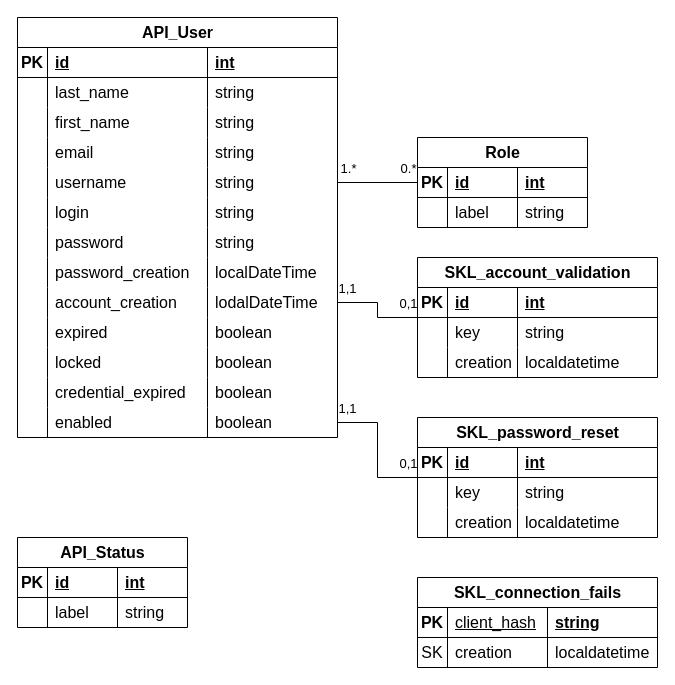
Before: documentation/Database.drawio in VincentProuchet/Nest-api-template, a draw.io diagram. Source tidied: cells renumbered, new cells numbered last; positions are measured from the earlier drawing's top-left corner, leaving out a move shared by most shapes. Both pictures are drawn from the tidied source at 100%, with x=0, y=0 at pixel (17, 17).
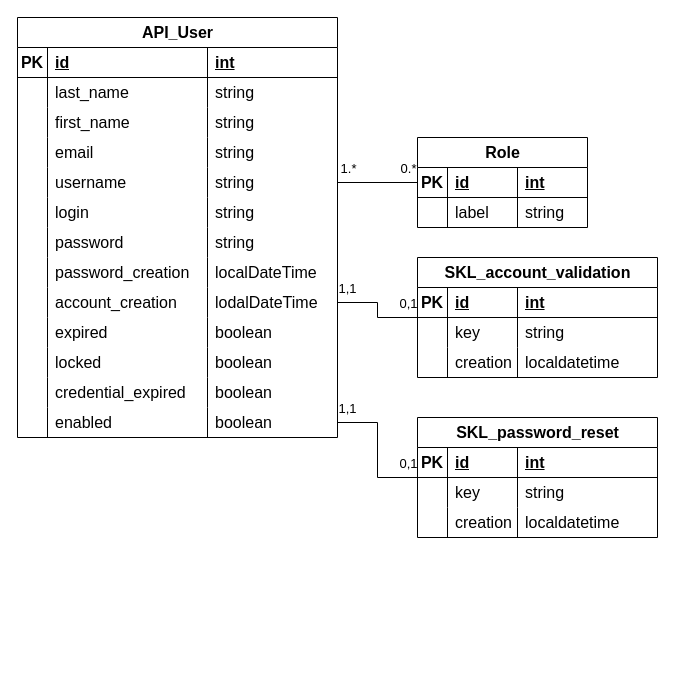
Above is the later version.

What changed in the source:
```diff
@@
-    <mxCell id="67" value="API_Status" style="shape=table;startSize=30;childLayout=tableLayout;rowLines=0;fontStyle=1;align=center;html=1;fontSize=16;" parent="1" vertex="1">
-      <mxGeometry y="520" width="170" height="90" as="geometry" />
-    </mxCell>
-    <mxCell id="68" style="shape=tableRow;horizontal=0;startSize=0;swimlaneHead=0;swimlaneBody=0;fillColor=none;top=0;left=0;right=0;bottom=1;fontSize=16;" parent="67" vertex="1">
-      <mxGeometry y="30" width="170" height="30" as="geometry" />
-    </mxCell>
-    <mxCell id="69" value="PK" style="shape=partialRectangle;fillColor=none;top=0;left=0;bottom=0;right=0;fontStyle=1;overflow=hidden;whiteSpace=wrap;html=1;fontSize=16;" parent="68" vertex="1">
-      <mxGeometry width="30" height="30" as="geometry" />
-    </mxCell>
-    <mxCell id="70" value="id" style="shape=partialRectangle;fillColor=none;top=0;left=0;bottom=0;right=0;align=left;spacingLeft=6;fontStyle=5;overflow=hidden;whiteSpace=wrap;html=1;fontSize=16;" parent="68" vertex="1">
-      <mxGeometry x="30" width="70" height="30" as="geometry" />
-    </mxCell>
-    <mxCell id="71" value="int" style="shape=partialRectangle;fillColor=none;top=0;left=0;bottom=0;right=0;align=left;spacingLeft=6;fontStyle=5;overflow=hidden;whiteSpace=wrap;html=1;fontSize=16;" parent="68" vertex="1">
-      <mxGeometry x="100" width="70" height="30" as="geometry" />
-    </mxCell>
-    <mxCell id="72" style="shape=tableRow;horizontal=0;startSize=0;swimlaneHead=0;swimlaneBody=0;fillColor=none;top=0;left=0;right=0;bottom=0;fontSize=16;" parent="67" vertex="1">
-      <mxGeometry y="60" width="170" height="30" as="geometry" />
-    </mxCell>
-    <mxCell id="73" style="shape=partialRectangle;fillColor=none;top=0;left=0;bottom=0;right=0;overflow=hidden;whiteSpace=wrap;html=1;fontSize=16;" parent="72" vertex="1">
-      <mxGeometry width="30" height="30" as="geometry" />
-    </mxCell>
-    <mxCell id="74" value="label" style="shape=partialRectangle;fillColor=none;top=0;left=0;bottom=0;right=0;align=left;spacingLeft=6;overflow=hidden;whiteSpace=wrap;html=1;fontSize=16;" parent="72" vertex="1">
-      <mxGeometry x="30" width="70" height="30" as="geometry" />
-    </mxCell>
-    <mxCell id="75" value="string" style="shape=partialRectangle;fillColor=none;top=0;left=0;bottom=0;right=0;align=left;spacingLeft=6;overflow=hidden;whiteSpace=wrap;html=1;fontSize=16;" parent="72" vertex="1">
-      <mxGeometry x="100" width="70" height="30" as="geometry" />
-    </mxCell>
@@
-    <mxCell id="108" value="SKL_connection_fails" style="shape=table;startSize=30;childLayout=tableLayout;rowLines=0;fontStyle=1;align=center;html=1;fontSize=16;" parent="1" vertex="1">
-      <mxGeometry x="400" y="560" width="240" height="90" as="geometry" />
-    </mxCell>
-    <mxCell id="109" style="shape=tableRow;horizontal=0;startSize=0;swimlaneHead=0;swimlaneBody=0;fillColor=none;top=0;left=0;right=0;bottom=1;fontSize=16;" parent="108" vertex="1">
-      <mxGeometry y="30" width="240" height="30" as="geometry" />
-    </mxCell>
-    <mxCell id="110" value="PK" style="shape=partialRectangle;fillColor=none;top=0;left=0;bottom=0;right=0;fontStyle=1;overflow=hidden;whiteSpace=wrap;html=1;fontSize=16;" parent="109" vertex="1">
-      <mxGeometry width="30" height="30" as="geometry" />
-    </mxCell>
-    <mxCell id="111" value="&lt;span style=&quot;font-weight: 400;&quot;&gt;client_hash&lt;/span&gt;" style="shape=partialRectangle;fillColor=none;top=0;left=0;bottom=0;right=0;align=left;spacingLeft=6;fontStyle=5;overflow=hidden;whiteSpace=wrap;html=1;fontSize=16;" parent="109" vertex="1">
-      <mxGeometry x="30" width="100" height="30" as="geometry" />
-    </mxCell>
-    <mxCell id="112" value="string" style="shape=partialRectangle;fillColor=none;top=0;left=0;bottom=0;right=0;align=left;spacingLeft=6;fontStyle=5;overflow=hidden;whiteSpace=wrap;html=1;fontSize=16;" parent="109" vertex="1">
-      <mxGeometry x="130" width="110" height="30" as="geometry" />
-    </mxCell>
-    <mxCell id="113" style="shape=tableRow;horizontal=0;startSize=0;swimlaneHead=0;swimlaneBody=0;fillColor=none;top=0;left=0;right=0;bottom=0;fontSize=16;" parent="108" vertex="1">
-      <mxGeometry y="60" width="240" height="30" as="geometry" />
-    </mxCell>
-    <mxCell id="114" value="SK" style="shape=partialRectangle;fillColor=none;top=0;left=0;bottom=0;right=0;overflow=hidden;whiteSpace=wrap;html=1;fontSize=16;" parent="113" vertex="1">
-      <mxGeometry width="30" height="30" as="geometry" />
-    </mxCell>
-    <mxCell id="115" value="creation" style="shape=partialRectangle;fillColor=none;top=0;left=0;bottom=0;right=0;align=left;spacingLeft=6;overflow=hidden;whiteSpace=wrap;html=1;fontSize=16;" parent="113" vertex="1">
-      <mxGeometry x="30" width="100" height="30" as="geometry" />
-    </mxCell>
-    <mxCell id="116" value="localdatetime" style="shape=partialRectangle;fillColor=none;top=0;left=0;bottom=0;right=0;align=left;spacingLeft=6;overflow=hidden;whiteSpace=wrap;html=1;fontSize=16;" parent="113" vertex="1">
-      <mxGeometry x="130" width="110" height="30" as="geometry" />
-    </mxCell>
```
